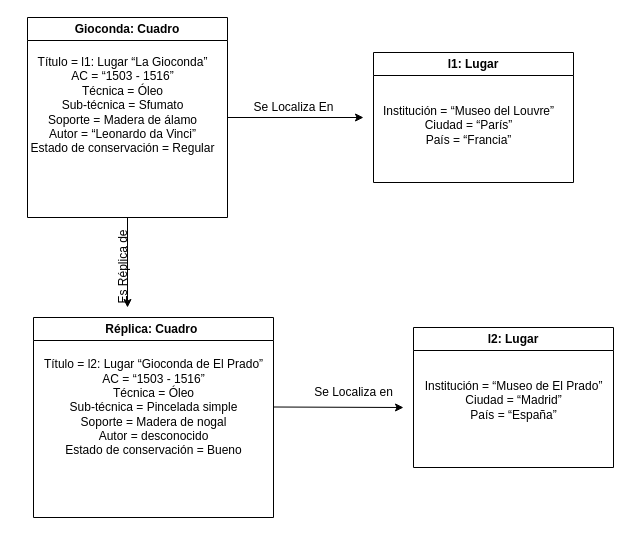
The draw.io diagram Ej3.drawio in Agirre8/Ejercicios-UML, before the edit. Source tidied: cells renumbered, new cells numbered last; positions are measured from the earlier drawing's top-left corner, leaving out a move shared by most shapes. Both pictures are drawn from the tidied source at 100%, with x=0, y=0 at pixel (17, 17).
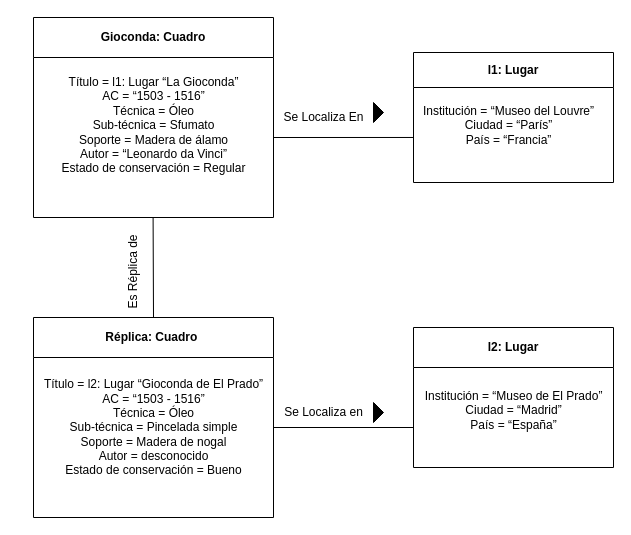
The same diagram, later.

The edit, as a diff of the source:
```diff
@@
 <mxGraphModel>
   <root>
     <mxCell id="0" />
     <mxCell id="1" parent="0" />
-    <mxCell id="2" style="edgeStyle=none;html=1;exitX=1;exitY=0.5;exitDx=0;exitDy=0;" parent="1" edge="1" source="4">
-      <mxGeometry relative="1" as="geometry">
-        <mxPoint x="346" y="100" as="targetPoint" />
-      </mxGeometry>
-    </mxCell>
-    <mxCell id="3" style="edgeStyle=none;html=1;exitX=0.5;exitY=1;exitDx=0;exitDy=0;" parent="1" edge="1" source="4">
-      <mxGeometry relative="1" as="geometry">
-        <mxPoint x="110" y="290" as="targetPoint" />
-      </mxGeometry>
-    </mxCell>
-    <mxCell id="4" value="Gioconda: Cuadro" style="swimlane;whiteSpace=wrap;html=1;" parent="1" vertex="1">
-      <mxGeometry x="10" width="200" height="200" as="geometry" />
+    <mxCell id="4" value="Gioconda: Cuadro" style="swimlane;whiteSpace=wrap;html=1;startSize=40;" parent="1" vertex="1">
+      <mxGeometry x="16" width="240" height="200" as="geometry" />
     </mxCell>
     <mxCell id="5" value="Título = l1: Lugar “La Gioconda”&lt;br/&gt;AC = “1503 - 1516”&lt;br/&gt;Técnica = Óleo&lt;br/&gt;Sub-técnica = Sfumato&lt;br/&gt;Soporte = Madera de álamo&lt;br/&gt;Autor = “Leonardo da Vinci”&lt;br/&gt;Estado de conservación = Regular&lt;br&gt;&lt;br&gt;" style="text;html=1;align=center;verticalAlign=middle;strokeColor=none;fillColor=none;" parent="4" vertex="1">
-      <mxGeometry x="-10" y="30" width="210" height="130" as="geometry" />
+      <mxGeometry x="15" y="50" width="210" height="130" as="geometry" />
     </mxCell>
-    <mxCell id="6" value="l1: Lugar" style="swimlane;whiteSpace=wrap;html=1;" parent="1" vertex="1">
-      <mxGeometry x="356" y="35" width="200" height="130" as="geometry" />
+    <mxCell id="6" value="l1: Lugar" style="swimlane;whiteSpace=wrap;html=1;startSize=35;" parent="1" vertex="1">
+      <mxGeometry x="396" y="35" width="200" height="130" as="geometry" />
     </mxCell>
     <mxCell id="7" value="Institución = “Museo del Louvre”&lt;br/&gt;Ciudad = “París”&lt;br/&gt;País = “Francia”&lt;br&gt;&amp;nbsp;" style="text;html=1;align=center;verticalAlign=middle;points=[];strokeColor=none;fillColor=none;" parent="6" vertex="1">
       <mxGeometry y="45" width="190" height="70" as="geometry" />
     </mxCell>
-    <mxCell id="8" value="Réplica: Cuadro&amp;nbsp;" style="swimlane;whiteSpace=wrap;html=1;" parent="1" vertex="1">
+    <mxCell id="8" value="Réplica: Cuadro&amp;nbsp;" style="swimlane;whiteSpace=wrap;html=1;startSize=40;" parent="1" vertex="1">
       <mxGeometry x="16" y="300" width="240" height="200" as="geometry" />
     </mxCell>
-    <mxCell id="9" value="Título = l2: Lugar “Gioconda de El Prado”&lt;br/&gt;AC = “1503 - 1516”&lt;br/&gt;Técnica = Óleo&lt;br/&gt;Sub-técnica = Pincelada simple&lt;br/&gt;Soporte = Madera de nogal&lt;br/&gt;Autor = desconocido&lt;br/&gt;Estado de conservación = Bueno&lt;br&gt;" style="text;html=1;align=center;verticalAlign=middle;strokeColor=none;fillColor=none;" parent="1" vertex="1">
-      <mxGeometry x="16" y="335" width="240" height="110" as="geometry" />
+    <mxCell id="9" value="Título = l2: Lugar “Gioconda de El Prado”&lt;br/&gt;AC = “1503 - 1516”&lt;br/&gt;Técnica = Óleo&lt;br/&gt;Sub-técnica = Pincelada simple&lt;br/&gt;Soporte = Madera de nogal&lt;br/&gt;Autor = desconocido&lt;br/&gt;Estado de conservación = Bueno&lt;br&gt;" style="text;html=1;align=center;verticalAlign=middle;strokeColor=none;fillColor=none;" parent="8" vertex="1">
+      <mxGeometry y="55" width="240" height="110" as="geometry" />
     </mxCell>
-    <mxCell id="10" style="edgeStyle=none;orthogonalLoop=1;jettySize=auto;html=1;" parent="1" edge="1">
-      <mxGeometry relative="1" as="geometry">
-        <mxPoint x="256" y="389.5" as="sourcePoint" />
-        <mxPoint x="386" y="390" as="targetPoint" />
-      </mxGeometry>
-    </mxCell>
-    <mxCell id="11" value="l2: Lugar" style="swimlane;whiteSpace=wrap;html=1;" parent="1" vertex="1">
+    <mxCell id="11" value="l2: Lugar" style="swimlane;whiteSpace=wrap;html=1;startSize=40;" parent="1" vertex="1">
       <mxGeometry x="396" y="310" width="200" height="140" as="geometry" />
     </mxCell>
     <mxCell id="12" value="Institución = “Museo de El Prado”&lt;br/&gt;Ciudad = “Madrid”&lt;br/&gt;País = “España”&lt;br&gt;&lt;br&gt;" style="text;html=1;align=center;verticalAlign=middle;points=[];strokeColor=none;fillColor=none;" parent="11" vertex="1">
-      <mxGeometry y="45" width="200" height="70" as="geometry" />
+      <mxGeometry y="55" width="200" height="70" as="geometry" />
     </mxCell>
     <mxCell id="13" value="Se Localiza En" style="text;html=1;align=center;verticalAlign=middle;strokeColor=none;fillColor=none;" parent="1" vertex="1">
-      <mxGeometry x="226" y="75" width="100" height="30" as="geometry" />
+      <mxGeometry x="256" y="85" width="100" height="30" as="geometry" />
     </mxCell>
     <mxCell id="14" value="Es Réplica de" style="text;html=1;align=center;verticalAlign=middle;strokeColor=none;fillColor=none;rotation=270;" parent="1" vertex="1">
-      <mxGeometry x="56" y="235" width="100" height="30" as="geometry" />
+      <mxGeometry x="66" y="240" width="100" height="30" as="geometry" />
     </mxCell>
     <mxCell id="15" value="Se Localiza en&lt;br&gt;" style="text;html=1;align=center;verticalAlign=middle;strokeColor=none;fillColor=none;" parent="1" vertex="1">
-      <mxGeometry x="286" y="360" width="100" height="30" as="geometry" />
+      <mxGeometry x="256" y="380" width="100" height="30" as="geometry" />
     </mxCell>
+    <mxCell id="16" style="triangle;whiteSpace=wrap;html=1;fillColor=#000000;strokeColor=#000000;" parent="1" vertex="1">
+      <mxGeometry x="356" y="85" width="10" height="20" as="geometry" />
+    </mxCell>
+    <mxCell id="17" style="triangle;whiteSpace=wrap;html=1;fillColor=#000000;strokeColor=#000000;" parent="1" vertex="1">
+      <mxGeometry x="356" y="385" width="10" height="20" as="geometry" />
+    </mxCell>
+    <mxCell id="18" style="endArrow=none;html=1;exitX=0.5;exitY=0;exitDx=0;exitDy=0;" parent="1" edge="1" source="8">
+      <mxGeometry relative="1" as="geometry">
+        <mxPoint x="135.6" y="200" as="targetPoint" />
+      </mxGeometry>
+    </mxCell>
+    <mxCell id="19" style="endArrow=none;html=1;entryX=0;entryY=0.571;entryDx=0;entryDy=0;entryPerimeter=0;" parent="1" edge="1" target="7">
+      <mxGeometry relative="1" as="geometry">
+        <mxPoint x="256" y="120" as="sourcePoint" />
+      </mxGeometry>
+    </mxCell>
+    <mxCell id="20" style="endArrow=none;html=1;entryX=0;entryY=0.643;entryDx=0;entryDy=0;entryPerimeter=0;" parent="1" edge="1" target="12">
+      <mxGeometry relative="1" as="geometry">
+        <mxPoint x="256" y="410" as="sourcePoint" />
+      </mxGeometry>
+    </mxCell>
   </root>
 </mxGraphModel>
```
